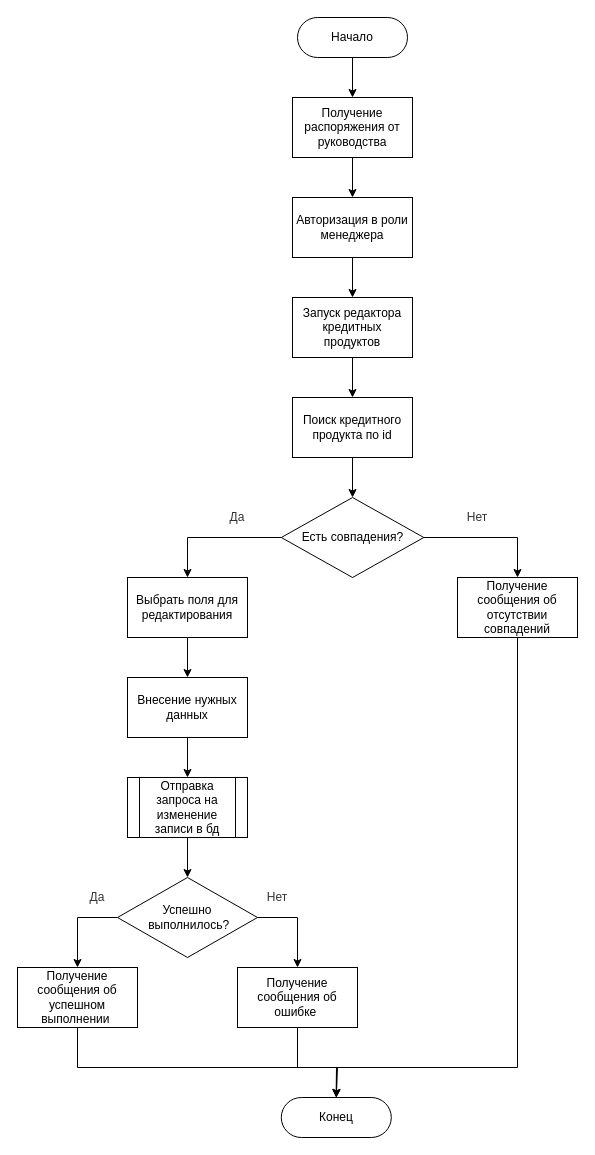
Before: Diagrams/алгоритм_редактирования_данных_о_кредитном продукте.drawio in AndreyNeveikov/ProgSP_course_project, a draw.io diagram. Source tidied: cells renumbered, new cells numbered last; positions are measured from the earlier drawing's top-left corner, leaving out a move shared by most shapes. Both pictures are drawn from the tidied source at 100%, with x=0, y=0 at pixel (17, 17).
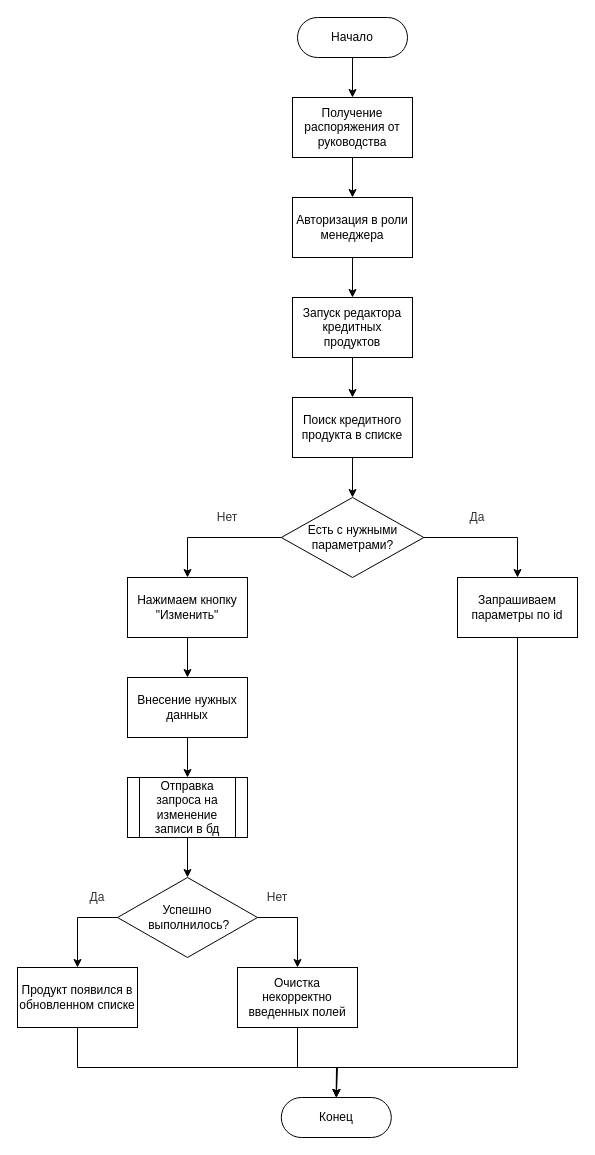
Above is the later version.

Change to the diagram source:
```diff
@@
-    <mxCell id="9" value="Есть совпадения?" style="rhombus;whiteSpace=wrap;html=1;" parent="1" vertex="1">
+    <mxCell id="9" value="Есть с нужными параметрами?" style="rhombus;whiteSpace=wrap;html=1;" parent="1" vertex="1">
       <mxGeometry x="263.8" y="480" width="142.5" height="80" as="geometry" />
     </mxCell>
-    <mxCell id="10" value="Выбрать поля для редактирования" style="rounded=0;whiteSpace=wrap;html=1;" parent="1" vertex="1">
+    <mxCell id="10" value="Нажимаем кнопку &quot;Изменить&quot;" style="rounded=0;whiteSpace=wrap;html=1;" parent="1" vertex="1">
       <mxGeometry x="110" y="560" width="120" height="60" as="geometry" />
     </mxCell>
@@
-    <mxCell id="15" value="Получение сообщения об отсутствии совпадений" style="rounded=0;whiteSpace=wrap;html=1;" parent="1" vertex="1">
+    <mxCell id="15" value="Запрашиваем параметры по id" style="rounded=0;whiteSpace=wrap;html=1;" parent="1" vertex="1">
       <mxGeometry x="440" y="560" width="120" height="60" as="geometry" />
     </mxCell>
@@
-    <mxCell id="18" value="Поиск кредитного продукта по id" style="rounded=0;whiteSpace=wrap;html=1;" parent="1" vertex="1">
+    <mxCell id="18" value="Поиск кредитного продукта в списке" style="rounded=0;whiteSpace=wrap;html=1;" parent="1" vertex="1">
       <mxGeometry x="275" y="380" width="120" height="60" as="geometry" />
     </mxCell>
@@
-    <mxCell id="20" value="Получение сообщения об успешном выполнении&amp;nbsp;" style="rounded=0;whiteSpace=wrap;html=1;" parent="1" vertex="1">
+    <mxCell id="20" value="Продукт появился в обновленном списке" style="rounded=0;whiteSpace=wrap;html=1;" parent="1" vertex="1">
       <mxGeometry y="950" width="120" height="60" as="geometry" />
     </mxCell>
@@
-    <mxCell id="22" value="Получение сообщения об ошибке&amp;nbsp;" style="rounded=0;whiteSpace=wrap;html=1;" parent="1" vertex="1">
+    <mxCell id="22" value="Очистка некорректно введенных полей" style="rounded=0;whiteSpace=wrap;html=1;" parent="1" vertex="1">
       <mxGeometry x="220" y="950" width="120" height="60" as="geometry" />
     </mxCell>
@@
     <mxCell id="29" value="Нет" style="text;html=1;align=center;verticalAlign=middle;whiteSpace=wrap;rounded=0;fillColor=#FFFFFF;fontColor=#333333;strokeColor=none;" parent="1" vertex="1">
-      <mxGeometry x="440" y="490" width="40" height="20" as="geometry" />
+      <mxGeometry x="190" y="490" width="40" height="20" as="geometry" />
     </mxCell>
@@
     <mxCell id="31" value="Да" style="text;html=1;align=center;verticalAlign=middle;whiteSpace=wrap;rounded=0;fillColor=#FFFFFF;fontColor=#333333;strokeColor=none;" parent="1" vertex="1">
-      <mxGeometry x="200" y="490" width="40" height="20" as="geometry" />
+      <mxGeometry x="440" y="490" width="40" height="20" as="geometry" />
     </mxCell>
```
